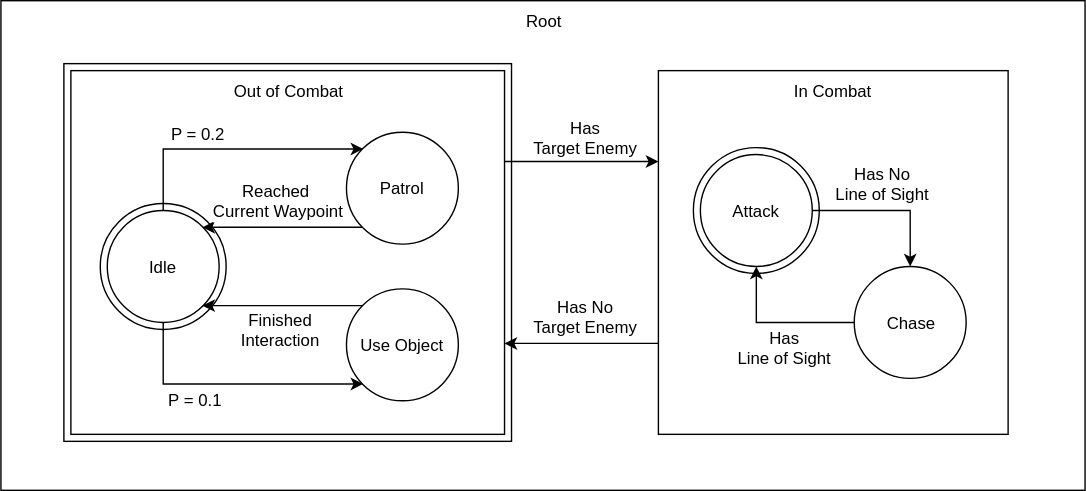
parmandorc/FSM keeps this draw.io diagram as docs/resources/SampleFSM.svg. Above is the earlier version. Source tidied: cells renumbered, new cells last; positions are measured from the earlier drawing's top-left corner, leaving out a move shared by most shapes. The source it was exported from:
```xml
<mxGraphModel>
  <root>
    <mxCell id="0" />
    <mxCell id="1" parent="0" />
    <mxCell id="2" value="Root" style="rounded=0;whiteSpace=wrap;html=1;verticalAlign=top;" parent="1" vertex="1">
      <mxGeometry width="775" height="350" as="geometry" />
    </mxCell>
    <mxCell id="3" style="rounded=0;whiteSpace=wrap;html=1;verticalAlign=top;" parent="1" vertex="1">
      <mxGeometry x="45" y="45" width="320" height="270" as="geometry" />
    </mxCell>
    <mxCell id="4" value="In Combat" style="whiteSpace=wrap;html=1;verticalAlign=top;" parent="1" vertex="1">
      <mxGeometry x="470" y="50" width="250" height="260" as="geometry" />
    </mxCell>
    <mxCell id="5" style="ellipse;whiteSpace=wrap;html=1;" parent="1" vertex="1">
      <mxGeometry x="495" y="105" width="90" height="90" as="geometry" />
    </mxCell>
    <mxCell id="6" value="Out of Combat" style="rounded=0;whiteSpace=wrap;html=1;verticalAlign=top;" parent="1" vertex="1">
      <mxGeometry x="50" y="50" width="310" height="260" as="geometry" />
    </mxCell>
    <mxCell id="7" style="ellipse;whiteSpace=wrap;html=1;shadow=0;" parent="1" vertex="1">
      <mxGeometry x="71" y="145" width="90" height="90" as="geometry" />
    </mxCell>
    <mxCell id="8" style="edgeStyle=orthogonalEdgeStyle;rounded=0;jettySize=auto;html=1;exitX=1;exitY=0.25;exitDx=0;exitDy=0;entryX=0;entryY=0.25;entryDx=0;entryDy=0;" parent="1" edge="1" source="6" target="4">
      <mxGeometry relative="1" as="geometry" />
    </mxCell>
    <mxCell id="9" value="Has &lt;br&gt;Target Enemy" style="text;html=1;align=center;verticalAlign=middle;labelBackgroundColor=#ffffff;" parent="8" vertex="1">
      <mxGeometry x="0.11" y="-1" relative="1" as="geometry">
        <mxPoint x="-4" y="-19" as="offset" />
      </mxGeometry>
    </mxCell>
    <mxCell id="10" style="edgeStyle=orthogonalEdgeStyle;rounded=0;jettySize=auto;html=1;exitX=0;exitY=0.75;exitDx=0;exitDy=0;entryX=1;entryY=0.75;entryDx=0;entryDy=0;" parent="1" edge="1" source="4" target="6">
      <mxGeometry relative="1" as="geometry" />
    </mxCell>
    <mxCell id="11" value="Has No &lt;br&gt;Target Enemy" style="text;html=1;align=center;verticalAlign=middle;labelBackgroundColor=#ffffff;" parent="10" vertex="1">
      <mxGeometry x="0.04" y="-2" relative="1" as="geometry">
        <mxPoint x="4" y="-18" as="offset" />
      </mxGeometry>
    </mxCell>
    <mxCell id="12" style="edgeStyle=orthogonalEdgeStyle;rounded=0;jettySize=auto;html=1;exitX=1;exitY=0.5;exitDx=0;exitDy=0;entryX=0.5;entryY=0;entryDx=0;entryDy=0;" parent="1" edge="1" source="14" target="17">
      <mxGeometry relative="1" as="geometry" />
    </mxCell>
    <mxCell id="13" value="Has No &lt;br&gt;Line of Sight" style="text;html=1;align=center;verticalAlign=middle;labelBackgroundColor=#ffffff;" parent="12" vertex="1">
      <mxGeometry y="-1" relative="1" as="geometry">
        <mxPoint x="-5" y="-21" as="offset" />
      </mxGeometry>
    </mxCell>
    <mxCell id="14" value="Attack" style="ellipse;whiteSpace=wrap;html=1;" parent="1" vertex="1">
      <mxGeometry x="500" y="110" width="80" height="80" as="geometry" />
    </mxCell>
    <mxCell id="15" style="edgeStyle=orthogonalEdgeStyle;rounded=0;jettySize=auto;html=1;exitX=0;exitY=0.5;exitDx=0;exitDy=0;entryX=0.5;entryY=1;entryDx=0;entryDy=0;" parent="1" edge="1" source="17" target="14">
      <mxGeometry relative="1" as="geometry" />
    </mxCell>
    <mxCell id="16" value="Has &lt;br&gt;Line of Sight" style="text;html=1;align=center;verticalAlign=middle;labelBackgroundColor=#ffffff;" parent="15" vertex="1">
      <mxGeometry x="0.09" y="1" relative="1" as="geometry">
        <mxPoint x="10" y="16" as="offset" />
      </mxGeometry>
    </mxCell>
    <mxCell id="17" value="Chase" style="ellipse;whiteSpace=wrap;html=1;" parent="1" vertex="1">
      <mxGeometry x="610" y="190" width="80" height="80" as="geometry" />
    </mxCell>
    <mxCell id="18" style="edgeStyle=orthogonalEdgeStyle;rounded=0;jettySize=auto;html=1;exitX=0.5;exitY=0;exitDx=0;exitDy=0;entryX=0;entryY=0;entryDx=0;entryDy=0;" parent="1" edge="1" source="22" target="25">
      <mxGeometry relative="1" as="geometry" />
    </mxCell>
    <mxCell id="19" value="P = 0.2" style="text;html=1;align=center;verticalAlign=middle;labelBackgroundColor=#ffffff;" parent="18" vertex="1">
      <mxGeometry x="-0.67" relative="1" as="geometry">
        <mxPoint x="24" y="-25" as="offset" />
      </mxGeometry>
    </mxCell>
    <mxCell id="20" style="edgeStyle=orthogonalEdgeStyle;rounded=0;jettySize=auto;html=1;exitX=0.5;exitY=1;exitDx=0;exitDy=0;entryX=0;entryY=1;entryDx=0;entryDy=0;" parent="1" edge="1" source="22" target="28">
      <mxGeometry relative="1" as="geometry" />
    </mxCell>
    <mxCell id="21" value="P = 0.1" style="text;html=1;align=center;verticalAlign=middle;labelBackgroundColor=#ffffff;" parent="20" vertex="1">
      <mxGeometry x="-0.53" y="31" relative="1" as="geometry">
        <mxPoint x="22" y="41" as="offset" />
      </mxGeometry>
    </mxCell>
    <mxCell id="22" value="Idle" style="ellipse;whiteSpace=wrap;html=1;perimeterSpacing=0;shadow=0;" parent="1" vertex="1">
      <mxGeometry x="76" y="150" width="80" height="80" as="geometry" />
    </mxCell>
    <mxCell id="23" style="edgeStyle=orthogonalEdgeStyle;rounded=0;jettySize=auto;html=1;exitX=0;exitY=1;exitDx=0;exitDy=0;entryX=1;entryY=0;entryDx=0;entryDy=0;" parent="1" edge="1" source="25" target="22">
      <mxGeometry relative="1" as="geometry" />
    </mxCell>
    <mxCell id="24" value="Reached&amp;nbsp;&lt;br&gt;Current Waypoint" style="text;html=1;align=center;verticalAlign=middle;labelBackgroundColor=#ffffff;" parent="23" vertex="1">
      <mxGeometry x="0.19" y="2" relative="1" as="geometry">
        <mxPoint x="8" y="-22" as="offset" />
      </mxGeometry>
    </mxCell>
    <mxCell id="25" value="Patrol" style="ellipse;whiteSpace=wrap;html=1;" parent="1" vertex="1">
      <mxGeometry x="247" y="94" width="80" height="80" as="geometry" />
    </mxCell>
    <mxCell id="26" style="edgeStyle=orthogonalEdgeStyle;rounded=0;jettySize=auto;html=1;exitX=0;exitY=0;exitDx=0;exitDy=0;entryX=1;entryY=1;entryDx=0;entryDy=0;" parent="1" edge="1" source="28" target="22">
      <mxGeometry relative="1" as="geometry" />
    </mxCell>
    <mxCell id="27" value="Finished &lt;br&gt;Interaction" style="text;html=1;align=center;verticalAlign=middle;labelBackgroundColor=#ffffff;" parent="26" vertex="1">
      <mxGeometry x="0.04" y="-4" relative="1" as="geometry">
        <mxPoint y="20" as="offset" />
      </mxGeometry>
    </mxCell>
    <mxCell id="28" value="Use Object" style="ellipse;whiteSpace=wrap;html=1;" parent="1" vertex="1">
      <mxGeometry x="247" y="206" width="80" height="80" as="geometry" />
    </mxCell>
  </root>
</mxGraphModel>
```
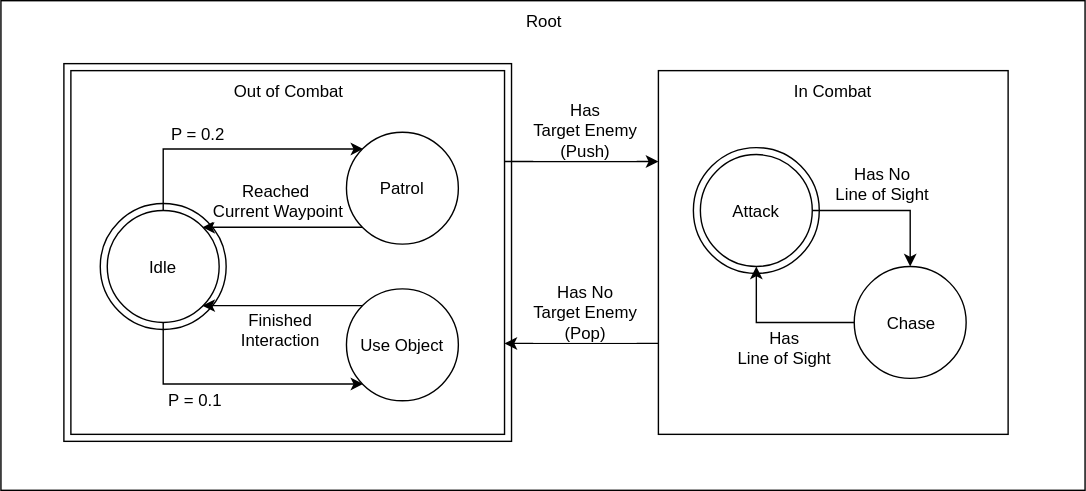
The same file after the commit.

Commit message:
Fixed stack transitions in sample FSM diagram

The edit, as a diff of the source:
```diff
@@ -23,17 +23,17 @@
     <mxCell id="8" style="edgeStyle=orthogonalEdgeStyle;rounded=0;jettySize=auto;html=1;exitX=1;exitY=0.25;exitDx=0;exitDy=0;entryX=0;entryY=0.25;entryDx=0;entryDy=0;" parent="1" edge="1" source="6" target="4">
       <mxGeometry relative="1" as="geometry" />
     </mxCell>
-    <mxCell id="9" value="Has &lt;br&gt;Target Enemy" style="text;html=1;align=center;verticalAlign=middle;labelBackgroundColor=#ffffff;" parent="8" vertex="1">
+    <mxCell id="9" value="Has &lt;br&gt;Target Enemy&lt;br&gt;(Push)" style="text;html=1;align=center;verticalAlign=middle;labelBackgroundColor=#ffffff;" parent="8" vertex="1">
       <mxGeometry x="0.11" y="-1" relative="1" as="geometry">
-        <mxPoint x="-4" y="-19" as="offset" />
+        <mxPoint x="-4" y="-25" as="offset" />
       </mxGeometry>
     </mxCell>
     <mxCell id="10" style="edgeStyle=orthogonalEdgeStyle;rounded=0;jettySize=auto;html=1;exitX=0;exitY=0.75;exitDx=0;exitDy=0;entryX=1;entryY=0.75;entryDx=0;entryDy=0;" parent="1" edge="1" source="4" target="6">
       <mxGeometry relative="1" as="geometry" />
     </mxCell>
-    <mxCell id="11" value="Has No &lt;br&gt;Target Enemy" style="text;html=1;align=center;verticalAlign=middle;labelBackgroundColor=#ffffff;" parent="10" vertex="1">
+    <mxCell id="11" value="Has No &lt;br&gt;Target Enemy&lt;br&gt;(Pop)" style="text;html=1;align=center;verticalAlign=middle;labelBackgroundColor=#ffffff;" parent="10" vertex="1">
       <mxGeometry x="0.04" y="-2" relative="1" as="geometry">
-        <mxPoint x="4" y="-18" as="offset" />
+        <mxPoint x="4" y="-22" as="offset" />
       </mxGeometry>
     </mxCell>
     <mxCell id="12" style="edgeStyle=orthogonalEdgeStyle;rounded=0;jettySize=auto;html=1;exitX=1;exitY=0.5;exitDx=0;exitDy=0;entryX=0.5;entryY=0;entryDx=0;entryDy=0;" parent="1" edge="1" source="14" target="17">
```
